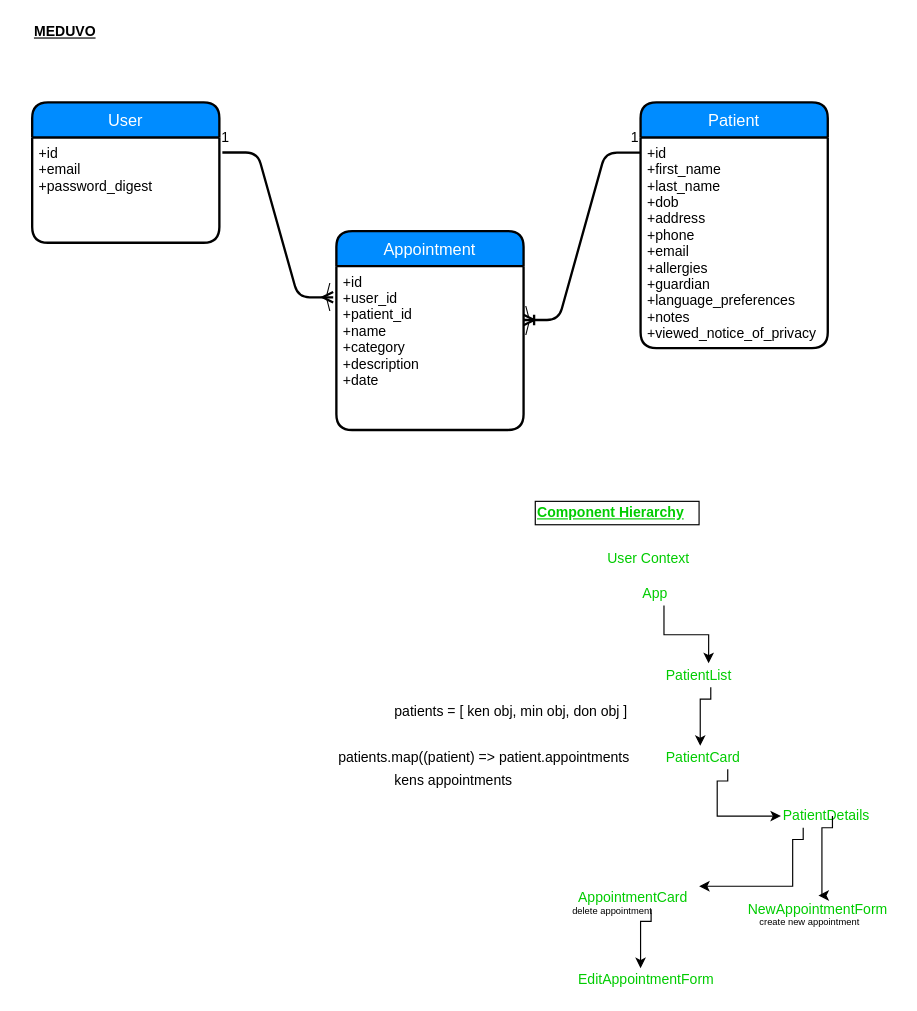
Above: page "ERD" (1 of 3) of client/1.drawio in minchulan/meduvo (draw.io), before the change. Source tidied: cells renumbered, new cells numbered last; positions are measured from the earlier drawing's top-left corner, leaving out a move shared by most shapes. Both pictures are drawn from the tidied source at 117%, with x=0, y=0 at pixel (32, 20).
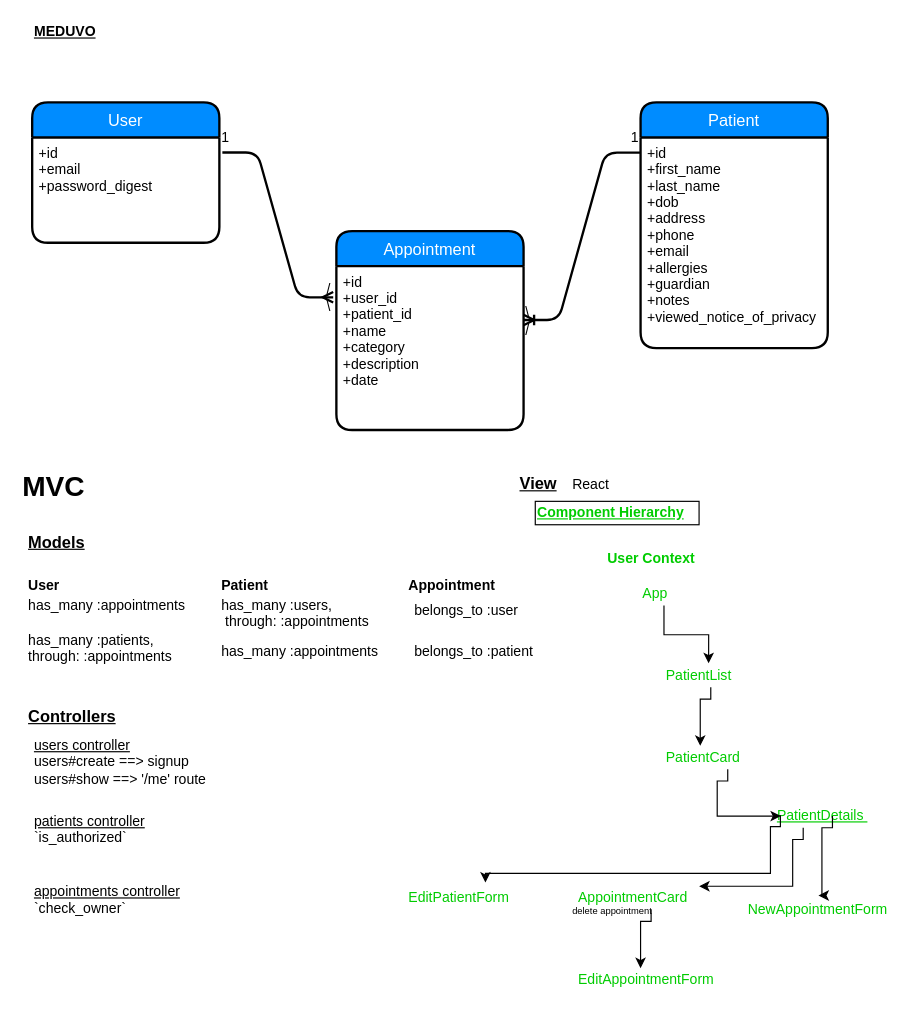
The same diagram, later.

The change refers to these unchanged cells:
```xml
<mxCell id="6" value="Patient" style="swimlane;horizontal=1;startSize=30;fillColor=#008cff;fontColor=#FFFFFF;rounded=1;fontSize=14;fontStyle=0;strokeWidth=2;shadow=0;dashed=0;align=center;" parent="1" vertex="1">
  <mxGeometry x="520" y="70" width="160" height="210" as="geometry" />
</mxCell>
```

Diff of the diagram source:
```diff
@@
-    <mxCell id="7" value="+id &#10;+first_name&#10;+last_name &#10;+dob&#10;+address&#10;+phone&#10;+email&#10;+allergies&#10;+guardian&#10;+language_preferences&#10;+notes&#10;+viewed_notice_of_privacy&#10;" style="align=left;strokeColor=none;fillColor=none;spacingLeft=4;fontSize=12;verticalAlign=top;" parent="6" vertex="1">
+    <mxCell id="7" value="+id &#10;+first_name&#10;+last_name &#10;+dob&#10;+address&#10;+phone&#10;+email&#10;+allergies&#10;+guardian&#10;+notes&#10;+viewed_notice_of_privacy&#10;" style="align=left;strokeColor=none;fillColor=none;spacingLeft=4;fontSize=12;verticalAlign=top;" parent="6" vertex="1">
       <mxGeometry y="30" width="160" height="180" as="geometry" />
     </mxCell>
@@
-    <mxCell id="18" value="User Context&amp;nbsp;" style="text;html=1;align=left;verticalAlign=top;spacingTop=-4;fontSize=12;fontColor=#00CC00;" parent="1" vertex="1">
+    <mxCell id="18" value="&lt;b&gt;User Context&amp;nbsp;&lt;/b&gt;" style="text;html=1;align=left;verticalAlign=top;spacingTop=-4;fontSize=12;fontColor=#00CC00;" parent="1" vertex="1">
       <mxGeometry x="490" y="450" width="90" height="20" as="geometry" />
     </mxCell>
@@
-    <mxCell id="23" value="PatientDetails&amp;nbsp;" style="text;html=1;align=left;verticalAlign=top;spacingTop=-4;fontSize=12;fontColor=#00CC00;" parent="1" vertex="1">
-      <mxGeometry x="640" y="670" width="90" height="20" as="geometry" />
+    <mxCell id="23" value="&lt;u&gt;PatientDetails&amp;nbsp;&lt;/u&gt;" style="text;html=1;align=left;verticalAlign=top;spacingTop=-4;fontSize=12;fontColor=#00CC00;" parent="1" vertex="1">
+      <mxGeometry x="635" y="670" width="90" height="20" as="geometry" />
     </mxCell>
@@
-    <mxCell id="32" value="&lt;font style=&quot;font-size: 8px&quot;&gt;create new appointment&lt;/font&gt;" style="text;html=1;align=left;verticalAlign=top;spacingTop=-4;" parent="1" vertex="1">
-      <mxGeometry x="620" y="760" width="100" height="20" as="geometry" />
-    </mxCell>
-    <mxCell id="33" value="patients = [ ken obj, min obj, don obj ]&amp;nbsp;" style="text;html=1;align=left;verticalAlign=top;spacingTop=-4;" parent="1" vertex="1">
-      <mxGeometry x="308" y="581" width="220" height="20" as="geometry" />
-    </mxCell>
-    <mxCell id="34" value="patients.map((patient) =&amp;gt; patient.appointments" style="text;html=1;align=left;verticalAlign=top;spacingTop=-4;" parent="1" vertex="1">
-      <mxGeometry x="260" y="620" width="260" height="20" as="geometry" />
-    </mxCell>
-    <mxCell id="35" value="kens appointments&amp;nbsp;" style="text;html=1;align=left;verticalAlign=top;spacingTop=-4;" parent="1" vertex="1">
-      <mxGeometry x="308" y="640" width="120" height="20" as="geometry" />
-    </mxCell>
@@
+    <mxCell id="37" value="EditPatientForm" style="text;html=1;points=[];align=left;verticalAlign=top;spacingTop=-4;fontSize=12;fontColor=#00CC00;" parent="1" vertex="1">
+      <mxGeometry x="320" y="740" width="100" height="20" as="geometry" />
+    </mxCell>
+    <mxCell id="38" style="edgeStyle=orthogonalEdgeStyle;rounded=0;jettySize=auto;html=1;entryX=0.674;entryY=-0.157;entryDx=0;entryDy=0;entryPerimeter=0;" parent="1" edge="1" target="37">
+      <mxGeometry relative="1" as="geometry">
+        <mxPoint x="639.5" y="679.3" as="sourcePoint" />
+        <Array as="points">
+          <mxPoint x="639" y="689" />
+          <mxPoint x="631" y="689" />
+          <mxPoint x="631" y="729" />
+          <mxPoint x="387" y="729" />
+        </Array>
+      </mxGeometry>
+    </mxCell>
+    <mxCell id="39" value="&lt;h3&gt;&lt;u&gt;&lt;b&gt;Models&lt;/b&gt;&lt;/u&gt;&lt;/h3&gt;" style="text;html=1;align=left;verticalAlign=top;spacingTop=-4;" parent="1" vertex="1">
+      <mxGeometry x="-5" y="421" width="60" height="40" as="geometry" />
+    </mxCell>
+    <mxCell id="40" value="&lt;b&gt;User&lt;/b&gt;" style="text;html=1;align=left;verticalAlign=top;spacingTop=-4;" parent="1" vertex="1">
+      <mxGeometry x="-5" y="473" width="40" height="20" as="geometry" />
+    </mxCell>
+    <mxCell id="41" value="&lt;b&gt;Patient&lt;/b&gt;" style="text;html=1;align=left;verticalAlign=top;spacingTop=-4;" parent="1" vertex="1">
+      <mxGeometry x="160" y="473" width="60" height="20" as="geometry" />
+    </mxCell>
+    <mxCell id="42" value="&lt;b&gt;Appointment&lt;/b&gt;" style="text;html=1;align=left;verticalAlign=top;spacingTop=-4;" parent="1" vertex="1">
+      <mxGeometry x="320" y="473" width="90" height="20" as="geometry" />
+    </mxCell>
+    <mxCell id="43" value="belongs_to :user&amp;nbsp;" style="text;html=1;align=left;verticalAlign=top;spacingTop=-4;" parent="1" vertex="1">
+      <mxGeometry x="325" y="495" width="110" height="20" as="geometry" />
+    </mxCell>
+    <mxCell id="44" value="belongs_to :patient" style="text;html=1;align=left;verticalAlign=top;spacingTop=-4;" parent="1" vertex="1">
+      <mxGeometry x="325" y="530" width="120" height="20" as="geometry" />
+    </mxCell>
+    <mxCell id="45" value="has_many :users,&lt;br&gt;&amp;nbsp;through: :appointments" style="text;html=1;align=left;verticalAlign=top;spacingTop=-4;" parent="1" vertex="1">
+      <mxGeometry x="160" y="490" width="140" height="30" as="geometry" />
+    </mxCell>
+    <mxCell id="46" value="has_many :appointments" style="text;html=1;align=left;verticalAlign=top;spacingTop=-4;" parent="1" vertex="1">
+      <mxGeometry x="160" y="530" width="150" height="20" as="geometry" />
+    </mxCell>
+    <mxCell id="47" value="has_many :appointments" style="text;html=1;align=left;verticalAlign=top;spacingTop=-4;" parent="1" vertex="1">
+      <mxGeometry x="-5" y="490" width="150" height="20" as="geometry" />
+    </mxCell>
+    <mxCell id="48" value="has_many :patients,&lt;br&gt;through: :appointments" style="text;html=1;align=left;verticalAlign=top;spacingTop=-4;" parent="1" vertex="1">
+      <mxGeometry x="-5" y="520" width="140" height="30" as="geometry" />
+    </mxCell>
+    <mxCell id="49" value="&lt;h3&gt;&lt;u&gt;&lt;b&gt;Controllers&lt;/b&gt;&lt;/u&gt;&lt;/h3&gt;" style="text;html=1;align=left;verticalAlign=top;spacingTop=-4;" parent="1" vertex="1">
+      <mxGeometry x="-5" y="570" width="90" height="40" as="geometry" />
+    </mxCell>
+    <mxCell id="50" value="&lt;u&gt;users controller&lt;/u&gt;&lt;br&gt;users#create ==&amp;gt; signup&lt;br&gt;users#show ==&amp;gt; '/me' route&amp;nbsp;" style="text;html=1;align=left;verticalAlign=top;spacingTop=-4;" parent="1" vertex="1">
+      <mxGeometry y="610" width="170" height="40" as="geometry" />
+    </mxCell>
+    <mxCell id="51" value="&lt;u&gt;patients controller&lt;/u&gt;&lt;br&gt;`is_authorized`" style="text;html=1;align=left;verticalAlign=top;spacingTop=-4;" parent="1" vertex="1">
+      <mxGeometry y="675" width="110" height="30" as="geometry" />
+    </mxCell>
+    <mxCell id="52" value="&lt;u&gt;appointments controller&lt;/u&gt;&lt;br&gt;`check_owner`&amp;nbsp;" style="text;html=1;align=left;verticalAlign=top;spacingTop=-4;" parent="1" vertex="1">
+      <mxGeometry y="735" width="140" height="30" as="geometry" />
+    </mxCell>
+    <mxCell id="53" value="&lt;h3&gt;&lt;u&gt;View&lt;/u&gt;&lt;/h3&gt;" style="text;html=1;align=left;verticalAlign=top;spacingTop=-4;" parent="1" vertex="1">
+      <mxGeometry x="415" y="371" width="50" height="40" as="geometry" />
+    </mxCell>
+    <mxCell id="54" value="React&amp;nbsp;" style="text;html=1;align=left;verticalAlign=top;spacingTop=-4;" parent="1" vertex="1">
+      <mxGeometry x="460" y="387" width="50" height="20" as="geometry" />
+    </mxCell>
+    <mxCell id="55" value="&lt;h1&gt;MVC&amp;nbsp;&lt;/h1&gt;" style="text;html=1;align=left;verticalAlign=top;spacingTop=-4;" parent="1" vertex="1">
+      <mxGeometry x="-10" y="366" width="80" height="50" as="geometry" />
+    </mxCell>
```
